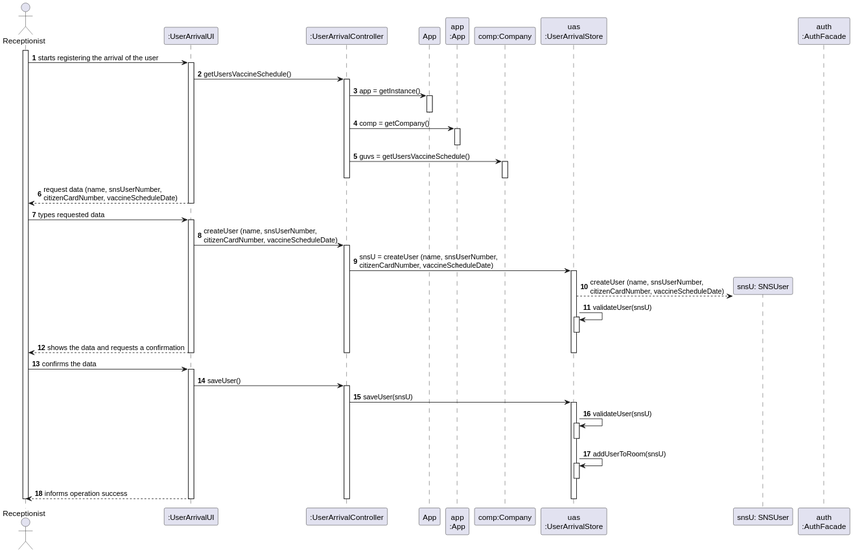
Before: docs/SprintC/US4/US4_SD.svg, a diagram exported from PlantUML (diogonapoles/isep-lapr2).
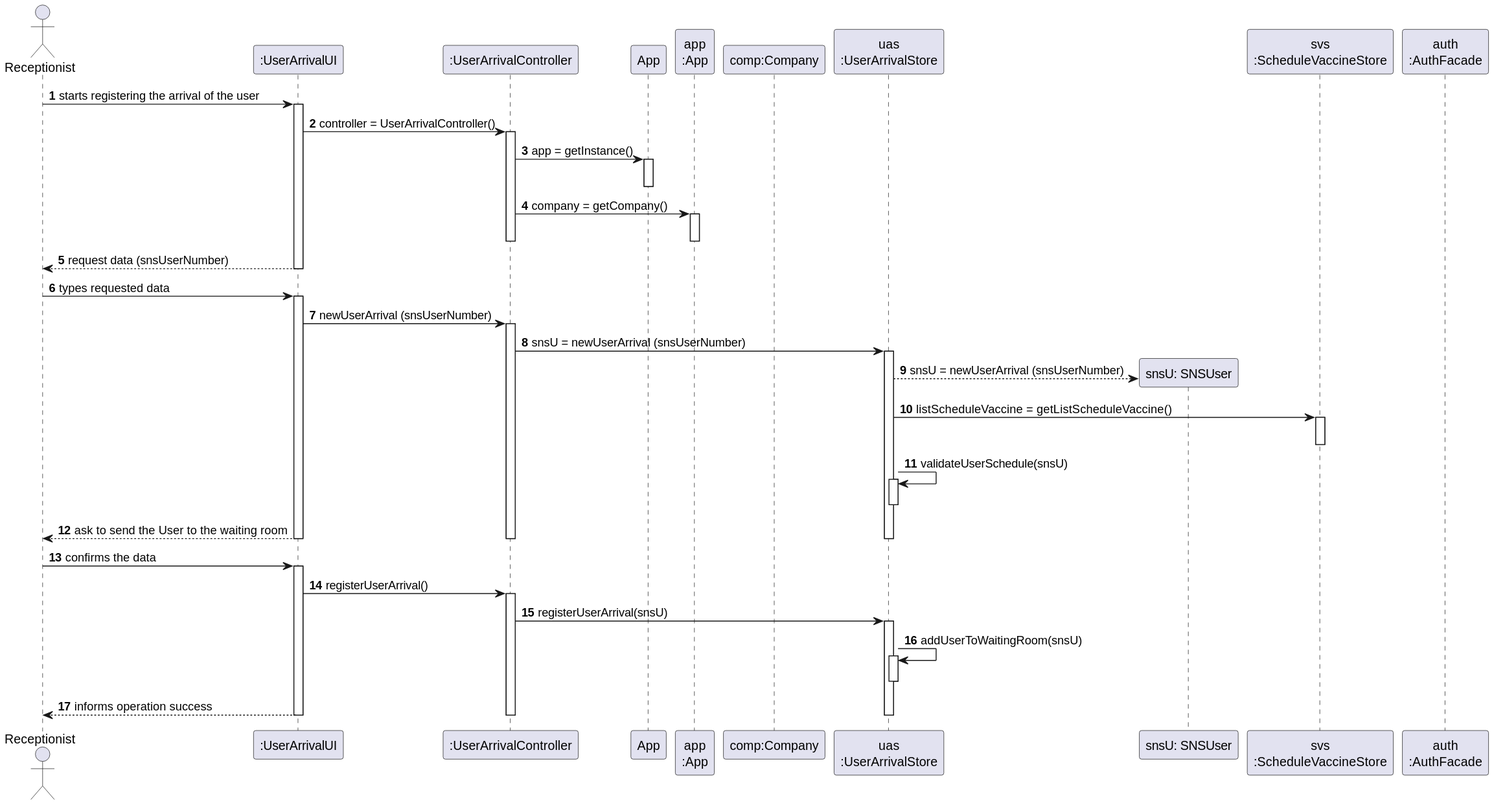
Later version of the same file.

Diff of the diagram source:
```diff
@@ -10,47 +10,51 @@
 participant "comp:Company" as COMP
 participant "uas\n:UserArrivalStore" as UAS
 participant "snsU: SNSUser" as snsU
+participant "svs\n:ScheduleVaccineStore" as SVS
 participant "auth\n:AuthFacade" as AF
 
 
 
-activate RCP
+
 RCP -> UI : starts registering the arrival of the user
 activate UI
-UI -> CTRL : getUsersVaccineSchedule()
+UI -> CTRL : controller = UserArrivalController()
 activate CTRL
 CTRL -> APP : app = getInstance()
 activate APP
 deactivate APP
-CTRL -> App : comp = getCompany()
+CTRL -> App : company = getCompany()
 activate App
 deactivate App
-CTRL -> COMP : guvs = getUsersVaccineSchedule()
-activate COMP
-deactivate COMP
+
 deactivate CTRL
 
 
-UI --> RCP : request data (name, snsUserNumber, \ncitizenCardNumber, vaccineScheduleDate)
+UI --> RCP : request data (snsUserNumber)
 
 deactivate UI
 
 RCP -> UI : types requested data
 activate UI
 
-UI -> CTRL : createUser (name, snsUserNumber, \ncitizenCardNumber, vaccineScheduleDate)
+UI -> CTRL : newUserArrival (snsUserNumber)
 activate CTRL
 
-CTRL -> UAS : snsU = createUser (name, snsUserNumber, \ncitizenCardNumber, vaccineScheduleDate)
+CTRL -> UAS : snsU = newUserArrival (snsUserNumber)
 activate UAS
 
-UAS --> snsU** : createUser (name, snsUserNumber, \ncitizenCardNumber, vaccineScheduleDate)
+UAS --> snsU** : snsU = newUserArrival (snsUserNumber)
 
-UAS -> UAS : validateUser(snsU)
+UAS -> SVS: listScheduleVaccine = getListScheduleVaccine()
+activate SVS
+deactivate SVS
+
+
+UAS -> UAS : validateUserSchedule(snsU)
 activate UAS
 deactivate UAS
 
-UI --> RCP : shows the data and requests a confirmation
+UI --> RCP : ask to send the User to the waiting room
 deactivate UI
 deactivate CTRL
 deactivate UAS
@@ -58,17 +62,13 @@
 RCP -> UI : confirms the data
 activate UI
 
-UI -> CTRL : saveUser()
+UI -> CTRL : registerUserArrival()
 activate CTRL
 
-CTRL -> UAS: saveUser(snsU)
+CTRL -> UAS: registerUserArrival(snsU)
 activate UAS
 
-UAS -> UAS : validateUser(snsU)
-activate UAS
-deactivate UAS
-
-UAS -> UAS : addUserToRoom(snsU)
+UAS -> UAS : addUserToWaitingRoom(snsU)
 activate UAS
 deactivate UAS
 
```
